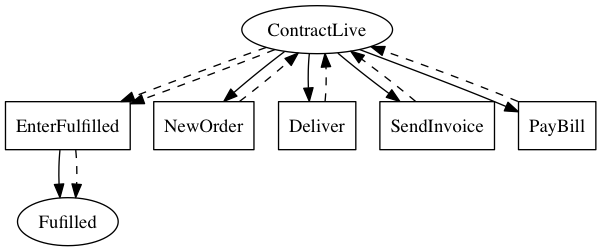
Marcao02/complaw-deeptech keeps this Graphviz diagram as linear_state_machine_language/pyL4/examples_graphviz_out/hvitved_master_sales_agreement_full_without_future_obligations.png. Above is the earlier version. Its source is kept beside it as linear_state_machine_language/pyL4/examples_graphviz_out/hvitved_master_sales_agreement_full_without_future_obligations.dot.
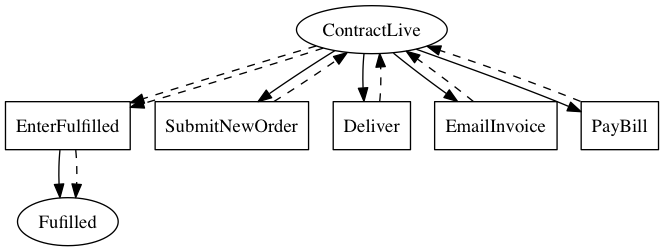
After the commit.

Commit message:
fix bug in and simplify interpreter. add data structure used for simulation of floating obligations/permissions (must-later, may-later).

Diff of the diagram source:
```diff
@@ -5,24 +5,24 @@
 
     EnterFulfilled[label=EnterFufilled,shape=box];
     EnterFulfilled[label=EnterFulfilled,shape=box];
-	NewOrder[label=NewOrder,shape=box];
+	SubmitNewOrder[label=SubmitNewOrder,shape=box];
 	Deliver[label=Deliver,shape=box];
-	SendInvoice[label=SendInvoice,shape=box];
+	EmailInvoice[label=EmailInvoice,shape=box];
 	PayBill[label=PayBill,shape=box]
 
     EnterFulfilled -> Fulfilled;
 
-    ContractLive -> NewOrder;
+    ContractLive -> SubmitNewOrder;
 	ContractLive -> PayBill;
 	ContractLive -> Deliver;
-	ContractLive -> SendInvoice;
+	ContractLive -> EmailInvoice;
 	ContractLive -> EnterFulfilled [style=dashed];
 	ContractLive -> EnterFulfilled [style=dashed]
 
     EnterFulfilled -> Fulfilled [style=dashed];
-	NewOrder -> ContractLive [style=dashed];
+	SubmitNewOrder -> ContractLive [style=dashed];
 	Deliver -> ContractLive [style=dashed];
-	SendInvoice -> ContractLive [style=dashed];
+	EmailInvoice -> ContractLive [style=dashed];
 	PayBill -> ContractLive [style=dashed];
 
 
```
